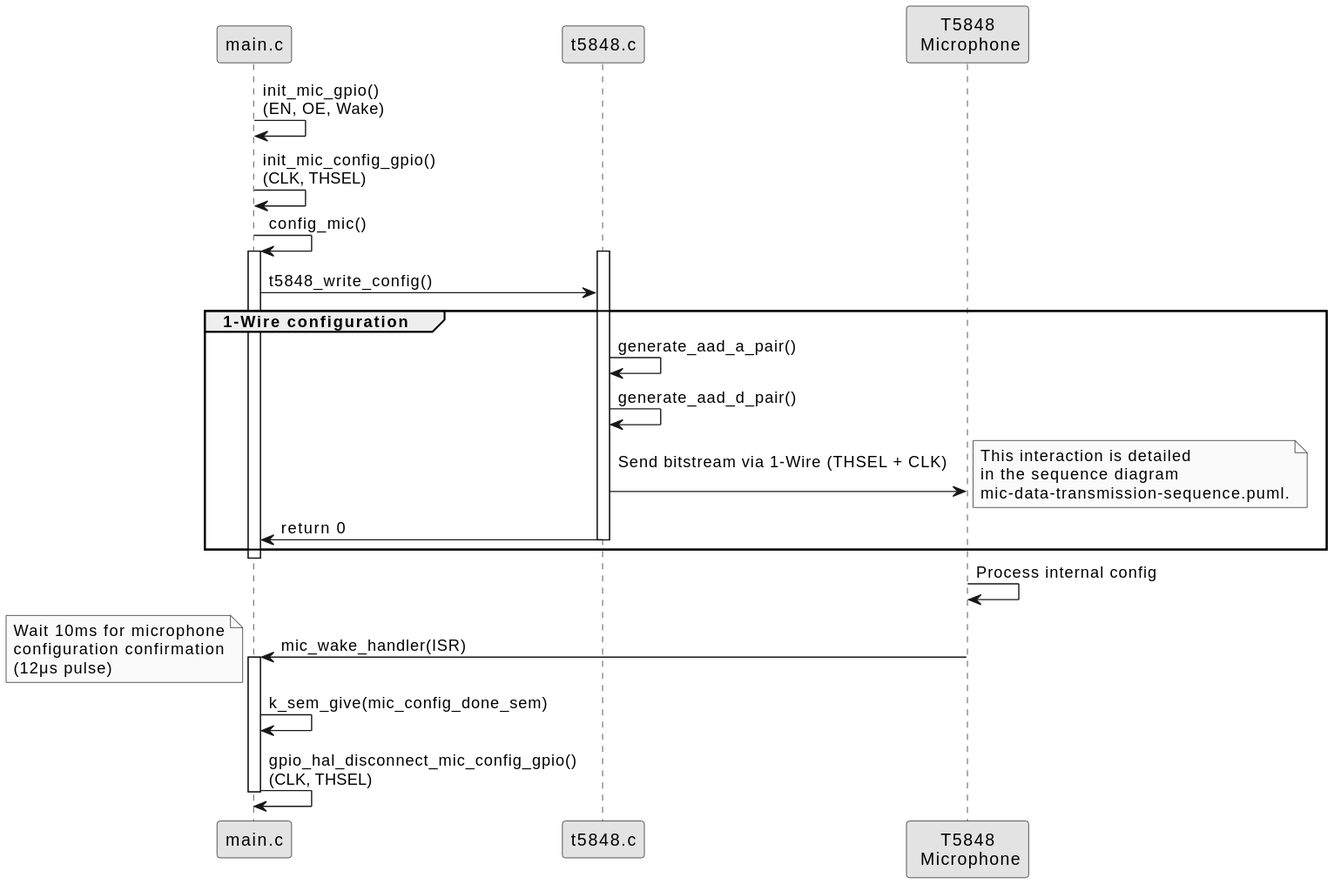
Above: 03-Software/nrf-monkey-main/uml/out/uml/microphone/mic-initialization-sequence.svg in DrinkDark/Master_TM_DataCollar (PlantUML), before the change.
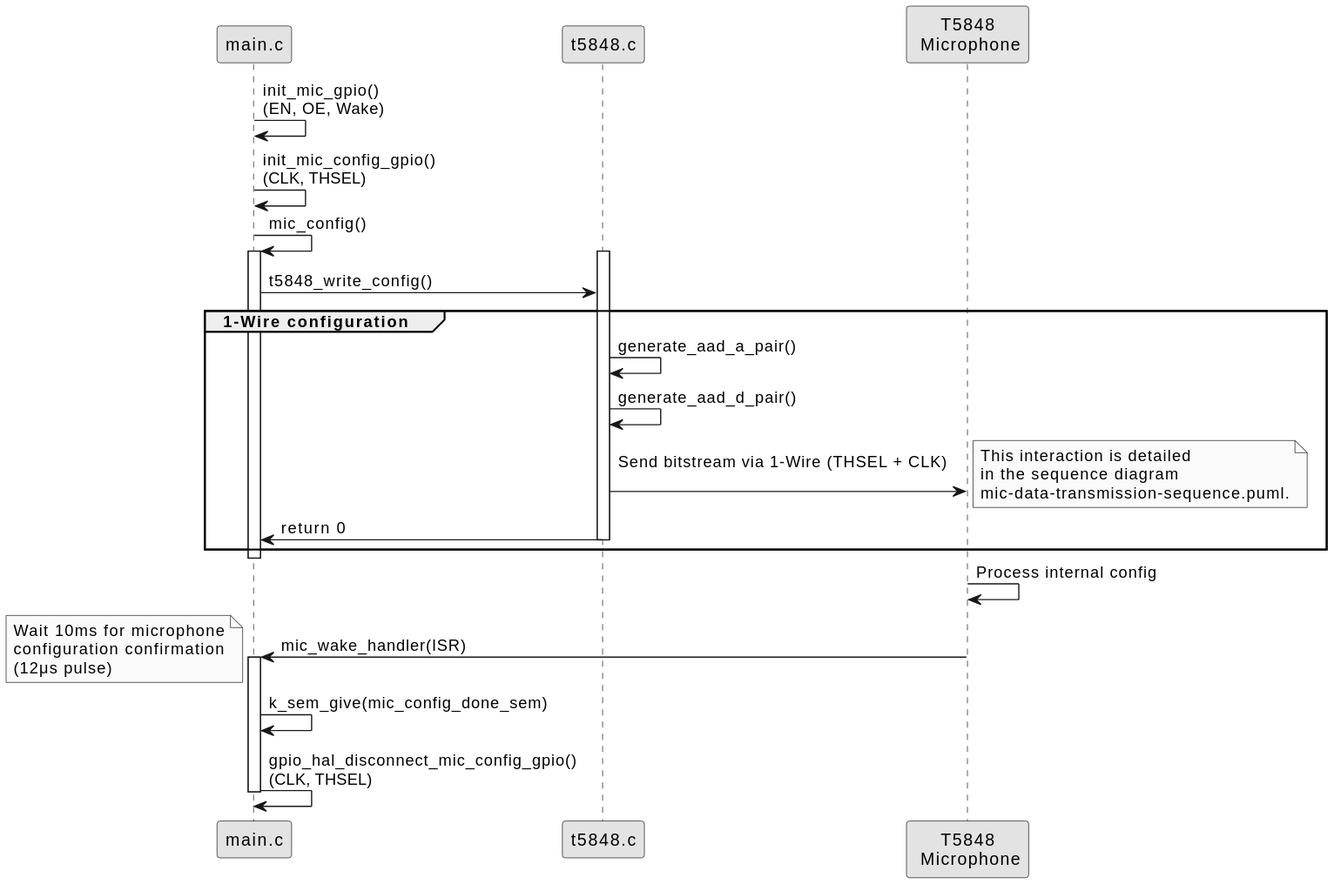
After the change.

The edit, as a diff of the source:
```diff
@@ -7,7 +7,7 @@
 
 Main -> Main : init_mic_gpio()\n(EN, OE, Wake)
 Main -> Main : init_mic_config_gpio()\n(CLK, THSEL)
-Main -> Main : config_mic()
+Main -> Main : mic_config()
 activate Main
     activate Mic
     Main -> Mic : t5848_write_config()
```
